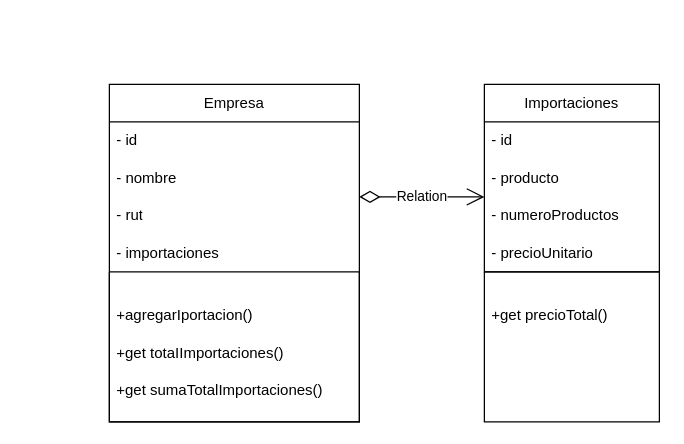
Above: uml.dio in walterpacheco/abpro1-m4 (draw.io), before the change. Source tidied: cells renumbered, new cells numbered last; positions are measured from the earlier drawing's top-left corner, leaving out a move shared by most shapes. Both pictures are drawn from the tidied source at 125%, with x=0, y=0 at pixel (109, 84).
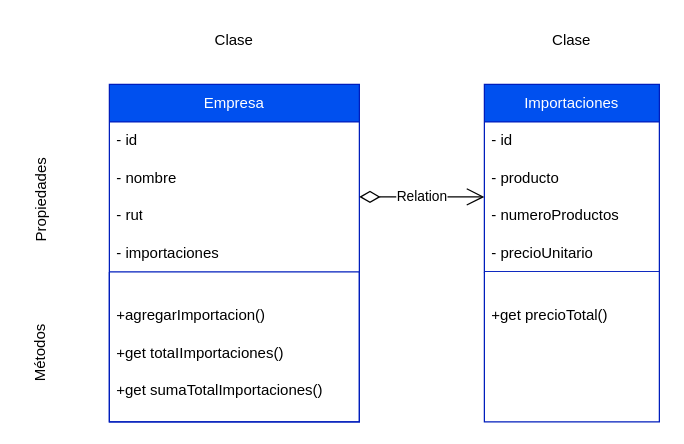
Above is the later version.

Commit message (it also covers changes not shown here):
css y UML

What changed in the source:
```diff
@@
-<mxGraphModel>
+<mxGraphModel background="#ffffff">
@@
-    <mxCell id="2" value="Empresa" style="swimlane;fontStyle=0;horizontal=1;startSize=30;whiteSpace=wrap;html=1;swimlaneLine=1;perimeter=rectanglePerimeter;" parent="1" vertex="1">
+    <mxCell id="2" value="Empresa" style="swimlane;fontStyle=0;horizontal=1;startSize=30;whiteSpace=wrap;html=1;swimlaneLine=1;perimeter=rectanglePerimeter;fillColor=#0050ef;fontColor=#ffffff;strokeColor=#001DBC;swimlaneFillColor=default;" parent="1" vertex="1">
       <mxGeometry width="200" height="270" as="geometry" />
     </mxCell>
@@
-    <mxCell id="7" style="swimlane;startSize=0;" parent="2" vertex="1">
+    <mxCell id="7" style="swimlane;startSize=0;fillColor=#0050ef;fontColor=#ffffff;strokeColor=#001DBC;" parent="2" vertex="1">
       <mxGeometry y="150" width="200" height="120" as="geometry" />
     </mxCell>
-    <mxCell id="8" value="+agregarIportacion()" style="text;strokeColor=none;fillColor=none;align=left;verticalAlign=middle;spacingLeft=4;spacingRight=4;overflow=hidden;whiteSpace=wrap;html=1;" parent="7" vertex="1">
+    <mxCell id="8" value="+agregarImportacion()" style="text;strokeColor=none;fillColor=none;align=left;verticalAlign=middle;spacingLeft=4;spacingRight=4;overflow=hidden;whiteSpace=wrap;html=1;" parent="7" vertex="1">
       <mxGeometry y="20" width="141.9" height="30" as="geometry" />
     </mxCell>
@@
-    <mxCell id="11" value="Importaciones" style="swimlane;fontStyle=0;horizontal=1;startSize=30;whiteSpace=wrap;html=1;swimlaneLine=1;perimeter=rectanglePerimeter;" parent="1" vertex="1">
+    <mxCell id="11" value="Importaciones" style="swimlane;fontStyle=0;horizontal=1;startSize=30;whiteSpace=wrap;html=1;swimlaneLine=1;perimeter=rectanglePerimeter;fillColor=#0050ef;fontColor=#ffffff;strokeColor=#001DBC;swimlaneFillColor=default;" parent="1" vertex="1">
       <mxGeometry x="300" width="140" height="150" as="geometry" />
     </mxCell>
@@
-    <mxCell id="16" style="swimlane;startSize=0;" parent="1" vertex="1">
+    <mxCell id="16" style="swimlane;startSize=0;fillColor=#0050ef;fontColor=#ffffff;strokeColor=#001DBC;gradientColor=none;swimlaneFillColor=default;" parent="1" vertex="1">
       <mxGeometry x="300" y="150" width="140" height="120" as="geometry" />
     </mxCell>
@@
-    <mxCell id="18" value="Relation" style="endArrow=open;html=1;endSize=12;startArrow=diamondThin;startSize=14;startFill=0;edgeStyle=orthogonalEdgeStyle;" parent="1" edge="1">
+    <mxCell id="18" value="Relation" style="endArrow=open;html=1;endSize=12;startArrow=diamondThin;startSize=14;startFill=0;edgeStyle=orthogonalEdgeStyle;strokeColor=#000000;" parent="1" edge="1">
       <mxGeometry relative="1" as="geometry">
         <mxPoint x="200" y="90" as="sourcePoint" />
         <mxPoint x="300" y="90" as="targetPoint" />
       </mxGeometry>
     </mxCell>
+    <mxCell id="19" value="Clase" style="text;html=1;strokeColor=none;fillColor=default;align=center;verticalAlign=middle;whiteSpace=wrap;rounded=0;" parent="1" vertex="1">
+      <mxGeometry y="-50" width="200" height="30" as="geometry" />
+    </mxCell>
+    <mxCell id="20" value="Clase" style="text;html=1;strokeColor=none;fillColor=default;align=center;verticalAlign=middle;whiteSpace=wrap;rounded=0;" parent="1" vertex="1">
+      <mxGeometry x="300" y="-50" width="140" height="30" as="geometry" />
+    </mxCell>
+    <mxCell id="21" value="Propiedades" style="text;html=1;align=center;verticalAlign=middle;whiteSpace=wrap;rounded=0;rotation=-90;fillColor=default;" parent="1" vertex="1">
+      <mxGeometry x="-110" y="77.5" width="110" height="30" as="geometry" />
+    </mxCell>
+    <mxCell id="22" value="Métodos" style="text;html=1;align=center;verticalAlign=middle;whiteSpace=wrap;rounded=0;rotation=-90;fillColor=default;" parent="1" vertex="1">
+      <mxGeometry x="-110" y="200" width="110" height="30" as="geometry" />
+    </mxCell>
```
